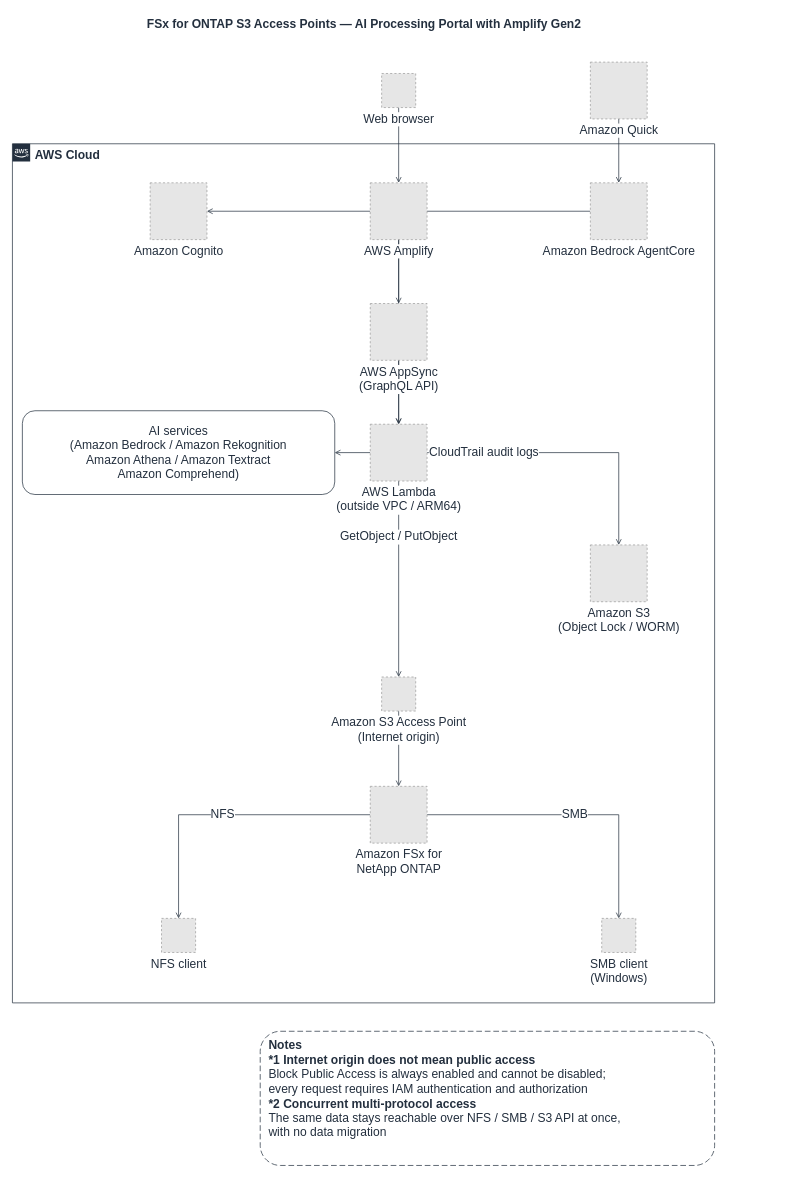
This is docs/diagrams/amplify-vpc-split-en.drawio from Yoshiki0705/FSx-for-ONTAP-S3AccessPoints-Serverless-Patterns, a draw.io file, before an edit. Source tidied: cells renumbered, new cells numbered last; positions are measured from the earlier drawing's top-left corner, leaving out a move shared by most shapes. Both pictures are drawn from the tidied source at 71%, with x=0, y=0 at pixel (12, 12). Pictures stored in the file or linked from it are replaced by grey dashed boxes.
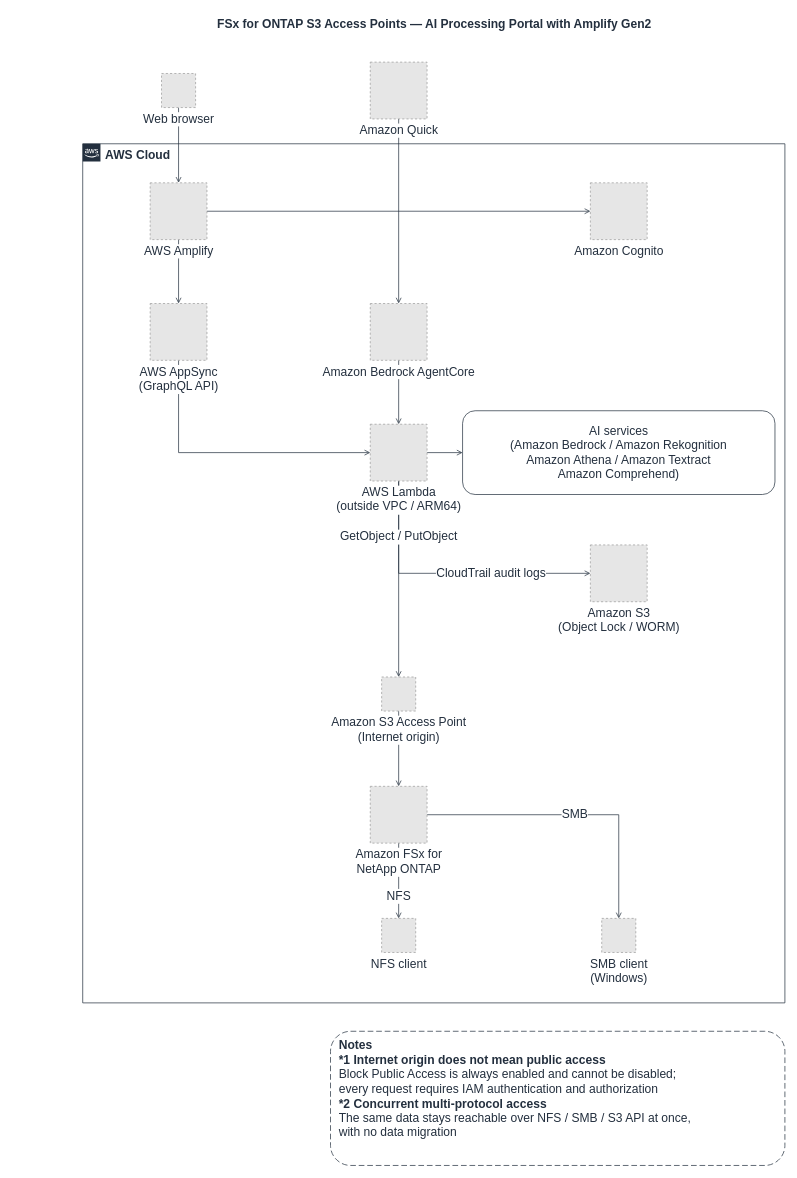
After the change.

The change refers to these unchanged cells:
```xml
<mxCell id="24" value="Amazon S3&lt;br&gt;(Object Lock / WORM)" style="fillColor=#E6E6E6;strokeColor=#999999;dashed=1;html=1;verticalLabelPosition=bottom;verticalAlign=top;labelPosition=center;align=center;fontSize=17;fontColor=#232F3E;labelBackgroundColor=#FFFFFF;" parent="1" vertex="1">
  <mxGeometry x="814" y="750" width="80" height="80" as="geometry" />
</mxCell>
<mxCell id="26" value="Amazon FSx for&lt;br&gt;NetApp ONTAP" style="fillColor=#E6E6E6;strokeColor=#999999;dashed=1;html=1;verticalLabelPosition=bottom;verticalAlign=top;labelPosition=center;align=center;fontSize=17;fontColor=#232F3E;labelBackgroundColor=#FFFFFF;" parent="1" vertex="1">
  <mxGeometry x="504" y="1090" width="80" height="80" as="geometry" />
</mxCell>
```

The edit, as a diff of the source:
```diff
@@
     <mxCell id="2" value="FSx for ONTAP S3 Access Points — AI Processing Portal with Amplify Gen2" style="text;html=1;align=center;verticalAlign=middle;fontSize=17;fontStyle=1;fontColor=#232F3E;" parent="1" vertex="1">
-      <mxGeometry width="989" height="34" as="geometry" />
+      <mxGeometry x="99" width="989" height="34" as="geometry" />
     </mxCell>
-    <mxCell id="3" value="AWS Cloud" style="gradientColor=none;html=1;whiteSpace=wrap;fontSize=17;fontStyle=1;shape=mxgraph.aws4.group;grIcon=mxgraph.aws4.group_aws_cloud_alt;strokeColor=#232F3E;fillColor=none;verticalAlign=top;align=left;spacingLeft=30;fontColor=#232F3E;dashed=0;" parent="1" vertex="1">
-      <mxGeometry y="185" width="989" height="1210" as="geometry" />
-    </mxCell>
@@
-    <mxCell id="8" style="edgeStyle=orthogonalEdgeStyle;rounded=0;jettySize=auto;html=1;endArrow=open;endFill=0;strokeColor=#232F3E;strokeWidth=1;fontSize=17;fontColor=#232F3E;labelBackgroundColor=#ffffff;" parent="1" edge="1" source="21" target="23">
+    <mxCell id="8" style="edgeStyle=orthogonalEdgeStyle;rounded=0;jettySize=auto;html=1;endArrow=open;endFill=0;strokeColor=#232F3E;strokeWidth=1;fontSize=17;fontColor=#232F3E;labelBackgroundColor=#ffffff;exitX=0.5;exitY=1;exitDx=0;exitDy=0;entryX=0;entryY=0.5;entryDx=0;entryDy=0;" parent="1" edge="1" source="21" target="23">
       <mxGeometry relative="1" as="geometry" />
     </mxCell>
@@
-    <mxCell id="11" value="CloudTrail audit logs" style="edgeStyle=orthogonalEdgeStyle;rounded=0;jettySize=auto;html=1;endArrow=open;endFill=0;strokeColor=#232F3E;strokeWidth=1;fontSize=17;fontColor=#232F3E;labelBackgroundColor=#ffffff;" parent="1" edge="1" source="23" target="24">
-      <mxGeometry x="-0.6" relative="1" as="geometry" />
+    <mxCell id="11" value="CloudTrail audit logs" style="edgeStyle=orthogonalEdgeStyle;rounded=0;jettySize=auto;html=1;endArrow=open;endFill=0;strokeColor=#232F3E;strokeWidth=1;fontSize=17;fontColor=#232F3E;labelBackgroundColor=#ffffff;exitX=0.5;exitY=1;exitDx=0;exitDy=0;entryX=0;entryY=0.5;entryDx=0;entryDy=0;" parent="1" edge="1" source="23" target="24">
+      <mxGeometry x="0.3" relative="1" as="geometry" />
     </mxCell>
@@
     <mxCell id="14" value="NFS" style="edgeStyle=orthogonalEdgeStyle;rounded=0;jettySize=auto;html=1;endArrow=open;endFill=0;strokeColor=#232F3E;strokeWidth=1;fontSize=17;fontColor=#232F3E;labelBackgroundColor=#ffffff;" parent="1" edge="1" source="26" target="27">
-      <mxGeometry relative="1" as="geometry" />
+      <mxGeometry relative="1" as="geometry">
+        <mxPoint y="22" as="offset" />
+      </mxGeometry>
     </mxCell>
@@
+    <mxCell id="3" value="AWS Cloud" style="gradientColor=none;html=1;whiteSpace=wrap;fontSize=17;fontStyle=1;shape=mxgraph.aws4.group;grIcon=mxgraph.aws4.group_aws_cloud_alt;strokeColor=#232F3E;fillColor=none;verticalAlign=top;align=left;spacingLeft=30;fontColor=#232F3E;dashed=0;labelBackgroundColor=#FFFFFF;" parent="1" vertex="1">
+      <mxGeometry x="99" y="185" width="989" height="1210" as="geometry" />
+    </mxCell>
     <mxCell id="16" value="Web browser" style="fillColor=#E6E6E6;strokeColor=#999999;dashed=1;html=1;verticalLabelPosition=bottom;verticalAlign=top;labelPosition=center;align=center;fontSize=17;fontColor=#232F3E;labelBackgroundColor=#FFFFFF;" parent="1" vertex="1">
-      <mxGeometry x="520" y="86" width="48" height="48" as="geometry" />
+      <mxGeometry x="210" y="86" width="48" height="48" as="geometry" />
     </mxCell>
     <mxCell id="17" value="Amazon Quick" style="fillColor=#E6E6E6;strokeColor=#999999;dashed=1;html=1;verticalLabelPosition=bottom;verticalAlign=top;labelPosition=center;align=center;fontSize=17;fontColor=#232F3E;labelBackgroundColor=#FFFFFF;" parent="1" vertex="1">
-      <mxGeometry x="814" y="70" width="80" height="80" as="geometry" />
+      <mxGeometry x="504" y="70" width="80" height="80" as="geometry" />
     </mxCell>
+    <mxCell id="19" value="AWS Amplify" style="fillColor=#E6E6E6;strokeColor=#999999;dashed=1;html=1;verticalLabelPosition=bottom;verticalAlign=top;labelPosition=center;align=center;fontSize=17;fontColor=#232F3E;labelBackgroundColor=#FFFFFF;" parent="1" vertex="1">
+      <mxGeometry x="194" y="240" width="80" height="80" as="geometry" />
+    </mxCell>
     <mxCell id="18" value="Amazon Cognito" style="fillColor=#E6E6E6;strokeColor=#999999;dashed=1;html=1;verticalLabelPosition=bottom;verticalAlign=top;labelPosition=center;align=center;fontSize=17;fontColor=#232F3E;labelBackgroundColor=#FFFFFF;" parent="1" vertex="1">
-      <mxGeometry x="194" y="240" width="80" height="80" as="geometry" />
+      <mxGeometry x="814" y="240" width="80" height="80" as="geometry" />
     </mxCell>
-    <mxCell id="19" value="AWS Amplify" style="fillColor=#E6E6E6;strokeColor=#999999;dashed=1;html=1;verticalLabelPosition=bottom;verticalAlign=top;labelPosition=center;align=center;fontSize=17;fontColor=#232F3E;labelBackgroundColor=#FFFFFF;" parent="1" vertex="1">
-      <mxGeometry x="504" y="240" width="80" height="80" as="geometry" />
-    </mxCell>
+    <mxCell id="21" value="AWS AppSync&lt;br&gt;(GraphQL API)" style="fillColor=#E6E6E6;strokeColor=#999999;dashed=1;html=1;verticalLabelPosition=bottom;verticalAlign=top;labelPosition=center;align=center;fontSize=17;fontColor=#232F3E;labelBackgroundColor=#FFFFFF;" parent="1" vertex="1">
+      <mxGeometry x="194" y="410" width="80" height="80" as="geometry" />
+    </mxCell>
     <mxCell id="20" value="Amazon Bedrock AgentCore" style="fillColor=#E6E6E6;strokeColor=#999999;dashed=1;html=1;verticalLabelPosition=bottom;verticalAlign=top;labelPosition=center;align=center;fontSize=17;fontColor=#232F3E;labelBackgroundColor=#FFFFFF;" parent="1" vertex="1">
-      <mxGeometry x="814" y="240" width="80" height="80" as="geometry" />
+      <mxGeometry x="504" y="410" width="80" height="80" as="geometry" />
     </mxCell>
-    <mxCell id="21" value="AWS AppSync&lt;br&gt;(GraphQL API)" style="fillColor=#E6E6E6;strokeColor=#999999;dashed=1;html=1;verticalLabelPosition=bottom;verticalAlign=top;labelPosition=center;align=center;fontSize=17;fontColor=#232F3E;labelBackgroundColor=#FFFFFF;" parent="1" vertex="1">
-      <mxGeometry x="504" y="410" width="80" height="80" as="geometry" />
-    </mxCell>
+    <mxCell id="23" value="AWS Lambda&lt;br&gt;(outside VPC / ARM64)" style="fillColor=#E6E6E6;strokeColor=#999999;dashed=1;html=1;verticalLabelPosition=bottom;verticalAlign=top;labelPosition=center;align=center;fontSize=17;fontColor=#232F3E;labelBackgroundColor=#FFFFFF;" parent="1" vertex="1">
+      <mxGeometry x="504" y="580" width="80" height="80" as="geometry" />
+    </mxCell>
     <mxCell id="22" value="AI services&lt;br&gt;(Amazon Bedrock / Amazon Rekognition&lt;br&gt;Amazon Athena / Amazon Textract&lt;br&gt;Amazon Comprehend)" style="rounded=1;whiteSpace=wrap;html=1;dashed=0;strokeColor=#232F3E;fillColor=#FFFFFF;align=center;verticalAlign=middle;fontSize=17;fontColor=#232F3E;" parent="1" vertex="1">
-      <mxGeometry x="14" y="561" width="440" height="118" as="geometry" />
+      <mxGeometry x="634" y="561" width="440" height="118" as="geometry" />
     </mxCell>
-    <mxCell id="23" value="AWS Lambda&lt;br&gt;(outside VPC / ARM64)" style="fillColor=#E6E6E6;strokeColor=#999999;dashed=1;html=1;verticalLabelPosition=bottom;verticalAlign=top;labelPosition=center;align=center;fontSize=17;fontColor=#232F3E;labelBackgroundColor=#FFFFFF;" parent="1" vertex="1">
-      <mxGeometry x="504" y="580" width="80" height="80" as="geometry" />
-    </mxCell>
@@
     <mxCell id="27" value="NFS client" style="fillColor=#E6E6E6;strokeColor=#999999;dashed=1;html=1;verticalLabelPosition=bottom;verticalAlign=top;labelPosition=center;align=center;fontSize=17;fontColor=#232F3E;labelBackgroundColor=#FFFFFF;" parent="1" vertex="1">
-      <mxGeometry x="210" y="1276" width="48" height="48" as="geometry" />
+      <mxGeometry x="520" y="1276" width="48" height="48" as="geometry" />
     </mxCell>
@@
     <mxCell id="29" value="&lt;b&gt;Notes&lt;/b&gt;&lt;br&gt;&lt;b&gt;*1 Internet origin does not mean public access&lt;/b&gt;&lt;br&gt;Block Public Access is always enabled and cannot be disabled;&lt;br&gt;every request requires IAM authentication and authorization&lt;br&gt;&lt;b&gt;*2 Concurrent multi-protocol access&lt;/b&gt;&lt;br&gt;The same data stays reachable over NFS / SMB / S3 API at once,&lt;br&gt;with no data migration" style="rounded=1;whiteSpace=wrap;html=1;dashed=1;dashPattern=8 4;strokeColor=#232F3E;fillColor=#FFFFFF;align=left;verticalAlign=top;spacingLeft=10;spacingTop=4;fontSize=17;fontColor=#232F3E;" parent="1" vertex="1">
-      <mxGeometry x="349" y="1435" width="640" height="189" as="geometry" />
+      <mxGeometry x="448" y="1435" width="640" height="189" as="geometry" />
     </mxCell>
```
